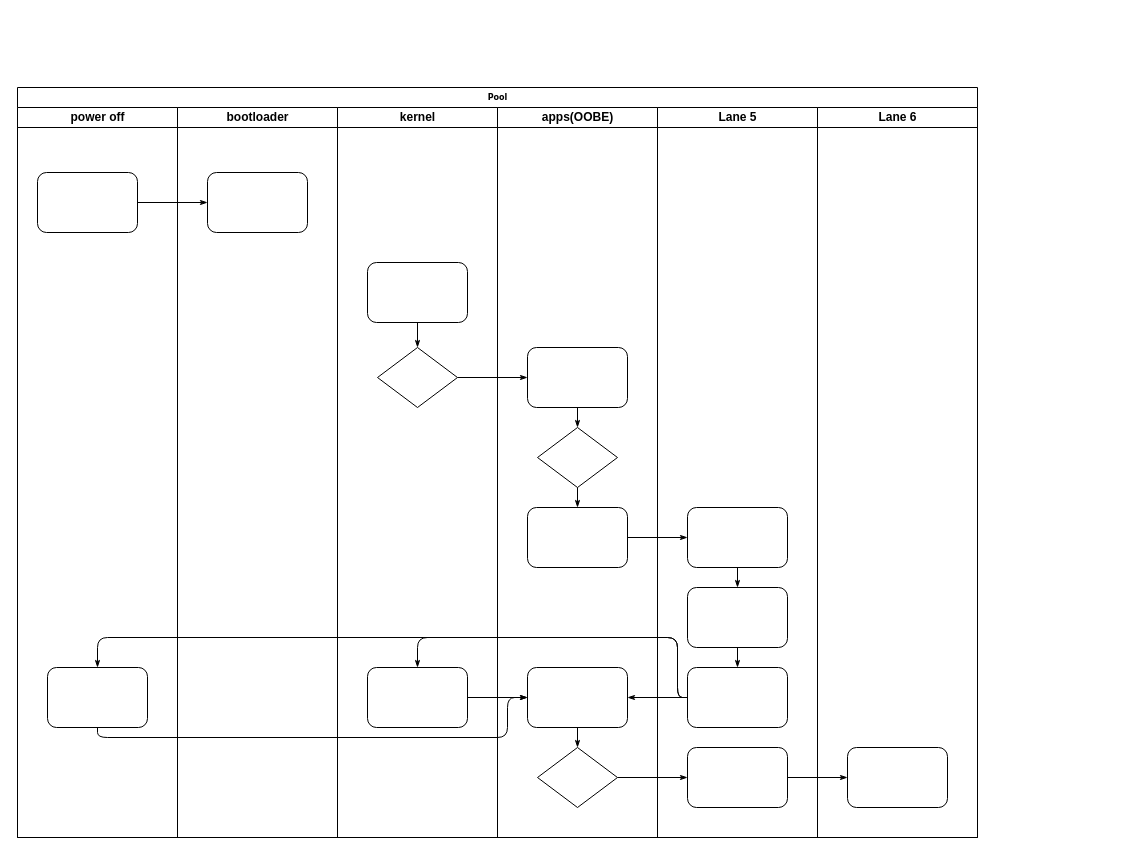
Before: low_power_detect.drawio in skyliangbogit/test, a draw.io diagram. Source tidied: cells renumbered, new cells numbered last; positions are measured from the earlier drawing's top-left corner, leaving out a move shared by most shapes. Both pictures are drawn from the tidied source at 100%, with x=0, y=0 at pixel (17, 87).
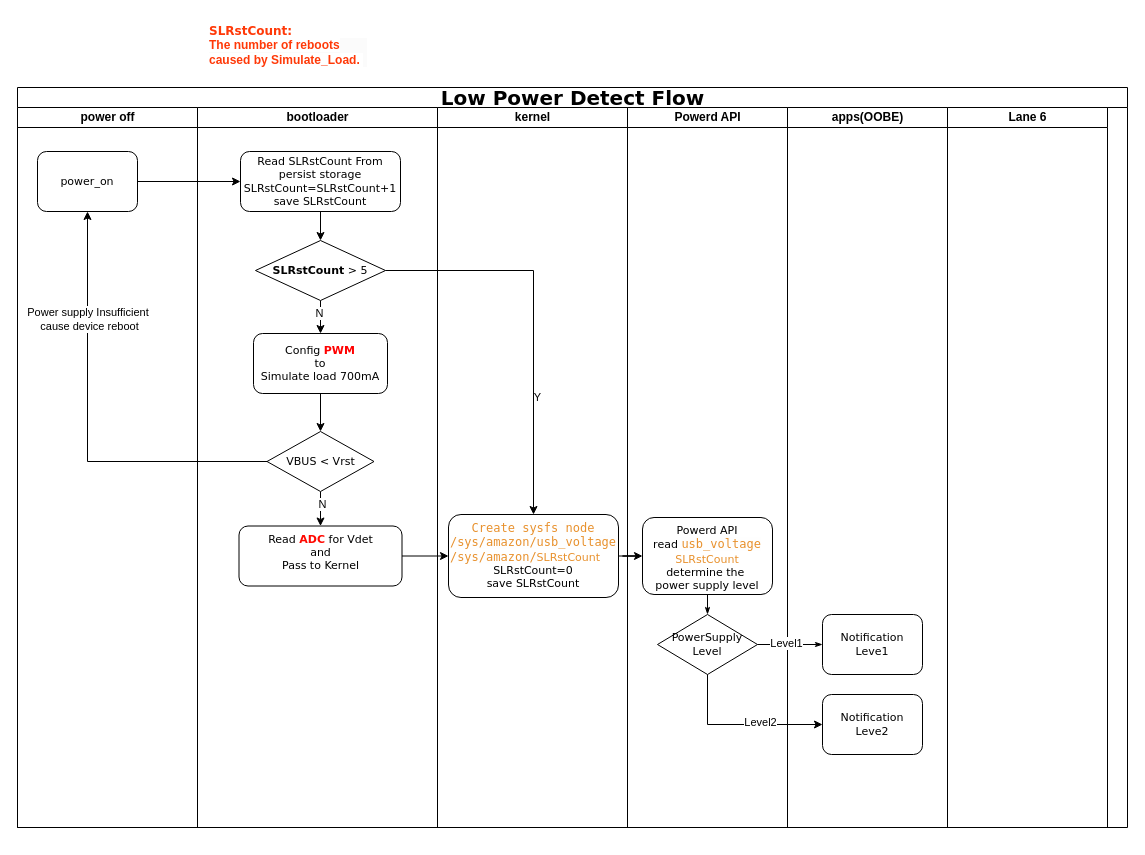
The same page after the edit.

Diff of the diagram source:
```diff
@@
-    <mxCell id="2" value="Pool" style="swimlane;html=1;startSize=20;rounded=0;shadow=0;labelBackgroundColor=none;strokeWidth=1;fontFamily=Verdana;fontSize=8;align=center;" parent="1" vertex="1">
-      <mxGeometry width="960" height="750" as="geometry" />
+    <mxCell id="2" value="&lt;font style=&quot;font-size: 20px;&quot;&gt;Low Power Detect Flow&lt;/font&gt;" style="swimlane;html=1;startSize=20;rounded=0;shadow=0;labelBackgroundColor=none;strokeWidth=1;fontFamily=Verdana;fontSize=8;align=center;" parent="1" vertex="1">
+      <mxGeometry width="1110" height="740" as="geometry" />
     </mxCell>
     <mxCell id="3" value="power off" style="swimlane;html=1;startSize=20;" parent="2" vertex="1">
-      <mxGeometry y="20" width="160" height="730" as="geometry" />
+      <mxGeometry y="20" width="180" height="720" as="geometry" />
     </mxCell>
-    <mxCell id="4" style="rounded=1;whiteSpace=wrap;html=1;shadow=0;labelBackgroundColor=none;strokeWidth=1;fontFamily=Verdana;fontSize=8;align=center;" parent="3" vertex="1">
-      <mxGeometry x="20" y="65" width="100" height="60" as="geometry" />
+    <mxCell id="4" value="power_on" style="rounded=1;whiteSpace=wrap;html=1;shadow=0;labelBackgroundColor=none;strokeWidth=1;fontFamily=Verdana;fontSize=11;align=center;" parent="3" vertex="1">
+      <mxGeometry x="20" y="44" width="100" height="60" as="geometry" />
     </mxCell>
-    <mxCell id="5" style="rounded=1;whiteSpace=wrap;html=1;shadow=0;labelBackgroundColor=none;strokeWidth=1;fontFamily=Verdana;fontSize=8;align=center;" parent="3" vertex="1">
-      <mxGeometry x="30" y="560" width="100" height="60" as="geometry" />
-    </mxCell>
-    <mxCell id="6" style="edgeStyle=orthogonalEdgeStyle;rounded=1;html=1;labelBackgroundColor=none;startArrow=none;startFill=0;startSize=5;endArrow=classicThin;endFill=1;endSize=5;jettySize=auto;strokeWidth=1;fontFamily=Verdana;fontSize=8;" parent="2" edge="1" source="4" target="17">
-      <mxGeometry relative="1" as="geometry" />
-    </mxCell>
-    <mxCell id="7" style="edgeStyle=orthogonalEdgeStyle;rounded=1;html=1;labelBackgroundColor=none;startArrow=none;startFill=0;startSize=5;endArrow=classicThin;endFill=1;endSize=5;jettySize=auto;strokeWidth=1;fontFamily=Verdana;fontSize=8;" parent="2" edge="1" source="20" target="24">
-      <mxGeometry relative="1" as="geometry" />
-    </mxCell>
-    <mxCell id="8" style="edgeStyle=orthogonalEdgeStyle;rounded=1;html=1;labelBackgroundColor=none;startArrow=none;startFill=0;startSize=5;endArrow=classicThin;endFill=1;endSize=5;jettySize=auto;strokeWidth=1;fontFamily=Verdana;fontSize=8;" parent="2" edge="1" source="28" target="36">
-      <mxGeometry relative="1" as="geometry" />
-    </mxCell>
-    <mxCell id="9" style="edgeStyle=orthogonalEdgeStyle;rounded=1;html=1;labelBackgroundColor=none;startArrow=none;startFill=0;startSize=5;endArrow=classicThin;endFill=1;endSize=5;jettySize=auto;strokeWidth=1;fontFamily=Verdana;fontSize=8;" parent="2" edge="1" source="36" target="40">
-      <mxGeometry relative="1" as="geometry" />
-    </mxCell>
-    <mxCell id="10" style="edgeStyle=orthogonalEdgeStyle;rounded=1;html=1;labelBackgroundColor=none;startArrow=none;startFill=0;startSize=5;endArrow=classicThin;endFill=1;endSize=5;jettySize=auto;strokeWidth=1;fontFamily=Verdana;fontSize=8;" parent="2" edge="1" source="26" target="33">
-      <mxGeometry relative="1" as="geometry" />
-    </mxCell>
-    <mxCell id="11" style="edgeStyle=orthogonalEdgeStyle;rounded=1;html=1;labelBackgroundColor=none;startArrow=none;startFill=0;startSize=5;endArrow=classicThin;endFill=1;endSize=5;jettySize=auto;strokeWidth=1;fontFamily=Verdana;fontSize=8;" parent="2" edge="1" source="35" target="21">
-      <mxGeometry relative="1" as="geometry">
-        <Array as="points">
-          <mxPoint x="660" y="610" />
-          <mxPoint x="660" y="550" />
-          <mxPoint x="400" y="550" />
-        </Array>
-      </mxGeometry>
-    </mxCell>
-    <mxCell id="12" style="edgeStyle=orthogonalEdgeStyle;rounded=1;html=1;labelBackgroundColor=none;startArrow=none;startFill=0;startSize=5;endArrow=classicThin;endFill=1;endSize=5;jettySize=auto;strokeColor=#000000;strokeWidth=1;fontFamily=Verdana;fontSize=8;fontColor=#000000;" parent="2" edge="1" source="35" target="27">
-      <mxGeometry relative="1" as="geometry" />
-    </mxCell>
-    <mxCell id="13" style="edgeStyle=orthogonalEdgeStyle;rounded=1;html=1;labelBackgroundColor=none;startArrow=none;startFill=0;startSize=5;endArrow=classicThin;endFill=1;endSize=5;jettySize=auto;strokeWidth=1;fontFamily=Verdana;fontSize=8;" parent="2" edge="1" source="35" target="5">
-      <mxGeometry relative="1" as="geometry">
-        <Array as="points">
-          <mxPoint x="660" y="610" />
-          <mxPoint x="660" y="550" />
-          <mxPoint x="80" y="550" />
-        </Array>
-      </mxGeometry>
-    </mxCell>
-    <mxCell id="14" style="edgeStyle=orthogonalEdgeStyle;rounded=1;html=1;labelBackgroundColor=none;startArrow=none;startFill=0;startSize=5;endArrow=classicThin;endFill=1;endSize=5;jettySize=auto;strokeWidth=1;fontFamily=Verdana;fontSize=8;" parent="2" edge="1" source="5" target="27">
-      <mxGeometry relative="1" as="geometry">
-        <Array as="points">
-          <mxPoint x="80" y="650" />
-          <mxPoint x="490" y="650" />
-          <mxPoint x="490" y="610" />
-        </Array>
-      </mxGeometry>
-    </mxCell>
-    <mxCell id="15" style="edgeStyle=orthogonalEdgeStyle;rounded=1;html=1;labelBackgroundColor=none;startArrow=none;startFill=0;startSize=5;endArrow=classicThin;endFill=1;endSize=5;jettySize=auto;strokeWidth=1;fontFamily=Verdana;fontSize=8;" parent="2" edge="1" source="21" target="27">
-      <mxGeometry relative="1" as="geometry" />
-    </mxCell>
     <mxCell id="16" value="bootloader" style="swimlane;html=1;startSize=20;" parent="2" vertex="1">
-      <mxGeometry x="160" y="20" width="160" height="730" as="geometry" />
+      <mxGeometry x="180" y="20" width="240" height="720" as="geometry" />
     </mxCell>
+    <mxCell id="41" style="edgeStyle=orthogonalEdgeStyle;rounded=0;jettySize=auto;html=1;" parent="16" edge="1" source="17" target="20">
+      <mxGeometry relative="1" as="geometry" />
+    </mxCell>
-    <mxCell id="17" style="rounded=1;whiteSpace=wrap;html=1;shadow=0;labelBackgroundColor=none;strokeWidth=1;fontFamily=Verdana;fontSize=8;align=center;" parent="16" vertex="1">
-      <mxGeometry x="30" y="65" width="100" height="60" as="geometry" />
+    <mxCell id="17" value="Config &lt;b&gt;&lt;font color=&quot;#ff0000&quot;&gt;PWM&lt;/font&gt;&lt;/b&gt;&lt;br&gt;to &lt;br&gt;Simulate load 700mA" style="rounded=1;whiteSpace=wrap;html=1;shadow=0;labelBackgroundColor=none;strokeWidth=1;fontFamily=Verdana;fontSize=11;align=center;" parent="16" vertex="1">
+      <mxGeometry x="56" y="226" width="134" height="60" as="geometry" />
     </mxCell>
+    <mxCell id="42" value="Read &lt;b&gt;&lt;font color=&quot;#ff0800&quot;&gt;ADC&lt;/font&gt;&lt;/b&gt; for Vdet&lt;div&gt;and&lt;/div&gt;&lt;div&gt;Pass to Kernel&lt;/div&gt;" style="rounded=1;whiteSpace=wrap;html=1;shadow=0;labelBackgroundColor=none;strokeWidth=1;fontFamily=Verdana;fontSize=11;align=center;verticalAlign=top;" parent="16" vertex="1">
+      <mxGeometry x="41.5" y="418.5" width="163" height="60" as="geometry" />
+    </mxCell>
+    <mxCell id="43" style="edgeStyle=orthogonalEdgeStyle;rounded=0;jettySize=auto;html=1;" parent="16" edge="1" source="20" target="42">
+      <mxGeometry relative="1" as="geometry" />
+    </mxCell>
+    <mxCell id="44" value="N" style="edgeLabel;html=1;align=center;verticalAlign=middle;" parent="43" vertex="1">
+      <mxGeometry x="-0.49" y="1" relative="1" as="geometry" />
+    </mxCell>
+    <mxCell id="20" value="&lt;span style=&quot;font-size: 11px;&quot;&gt;VBUS &amp;lt; Vrst&lt;/span&gt;" style="rhombus;whiteSpace=wrap;html=1;rounded=0;shadow=0;labelBackgroundColor=none;strokeWidth=1;fontFamily=Verdana;fontSize=8;align=center;" parent="16" vertex="1">
+      <mxGeometry x="69.5" y="324" width="107" height="60" as="geometry" />
+    </mxCell>
+    <mxCell id="45" style="edgeStyle=orthogonalEdgeStyle;rounded=0;jettySize=auto;html=1;" parent="16" edge="1" source="46" target="49">
+      <mxGeometry relative="1" as="geometry" />
+    </mxCell>
+    <mxCell id="46" value="Read SLRstCount From&lt;div&gt;persist storage&lt;/div&gt;&lt;div&gt;SLRstCount=&lt;span style=&quot;background-color: initial;&quot;&gt;SLRstCount+1&lt;/span&gt;&lt;/div&gt;&lt;div&gt;save&amp;nbsp;&lt;span style=&quot;background-color: initial;&quot;&gt;SLRstCount&lt;/span&gt;&lt;/div&gt;" style="rounded=1;whiteSpace=wrap;html=1;shadow=0;labelBackgroundColor=none;strokeWidth=1;fontFamily=Verdana;fontSize=11;align=center;" parent="16" vertex="1">
+      <mxGeometry x="43" y="44" width="160" height="60" as="geometry" />
+    </mxCell>
+    <mxCell id="47" style="edgeStyle=orthogonalEdgeStyle;rounded=0;jettySize=auto;html=1;" parent="16" edge="1" source="49" target="17">
+      <mxGeometry relative="1" as="geometry" />
+    </mxCell>
+    <mxCell id="48" value="N" style="edgeLabel;html=1;align=center;verticalAlign=middle;" parent="47" vertex="1">
+      <mxGeometry x="0.38" y="-2" relative="1" as="geometry">
+        <mxPoint y="-6" as="offset" />
+      </mxGeometry>
+    </mxCell>
+    <mxCell id="49" value="&lt;b style=&quot;font-size: 11px;&quot;&gt;SLRstCount&lt;/b&gt;&lt;span style=&quot;font-size: 11px;&quot;&gt;&amp;nbsp;&amp;gt; 5&lt;/span&gt;" style="rhombus;whiteSpace=wrap;html=1;rounded=0;shadow=0;labelBackgroundColor=none;strokeWidth=1;fontFamily=Verdana;fontSize=8;align=center;" parent="16" vertex="1">
+      <mxGeometry x="58" y="133" width="130" height="60" as="geometry" />
+    </mxCell>
     <mxCell id="18" value="kernel" style="swimlane;html=1;startSize=20;" parent="2" vertex="1">
-      <mxGeometry x="320" y="20" width="160" height="730" as="geometry" />
+      <mxGeometry x="420" y="20" width="190" height="720" as="geometry" />
     </mxCell>
-    <mxCell id="19" style="rounded=1;whiteSpace=wrap;html=1;shadow=0;labelBackgroundColor=none;strokeWidth=1;fontFamily=Verdana;fontSize=8;align=center;" parent="18" vertex="1">
-      <mxGeometry x="30" y="155" width="100" height="60" as="geometry" />
+    <mxCell id="19" value="&lt;span style=&quot;color: rgb(232, 145, 45); font-family: Monaco, Menlo, Consolas, &amp;quot;Courier New&amp;quot;, monospace; font-size: 12px; font-variant-ligatures: none; text-align: left; white-space-collapse: preserve; background-color: rgba(232, 232, 232, 0.04);&quot;&gt;Create sysfs node&lt;br&gt;/sys/amazon/usb_voltage&lt;/span&gt;&lt;div&gt;&lt;div style=&quot;text-align: left;&quot;&gt;&lt;span style=&quot;color: rgb(232, 145, 45); font-family: Monaco, Menlo, Consolas, &amp;quot;Courier New&amp;quot;, monospace; font-size: 12px; font-variant-ligatures: none; white-space-collapse: preserve; background-color: rgba(232, 232, 232, 0.04);&quot;&gt;/sys/amazon/&lt;/span&gt;&lt;span style=&quot;background-color: initial; text-align: center;&quot;&gt;&lt;font color=&quot;#e8912d&quot;&gt;SLRstCount&lt;/font&gt;&lt;/span&gt;&lt;/div&gt;&lt;div&gt;SLRstCount=0&lt;/div&gt;&lt;div&gt;save&amp;nbsp;&lt;span style=&quot;background-color: initial;&quot;&gt;SLRstCount&lt;/span&gt;&lt;/div&gt;&lt;/div&gt;" style="rounded=1;whiteSpace=wrap;html=1;shadow=0;labelBackgroundColor=none;strokeWidth=1;fontFamily=Verdana;fontSize=11;align=center;verticalAlign=top;" parent="18" vertex="1">
+      <mxGeometry x="11" y="407" width="170" height="83" as="geometry" />
     </mxCell>
-    <mxCell id="20" style="rhombus;whiteSpace=wrap;html=1;rounded=0;shadow=0;labelBackgroundColor=none;strokeWidth=1;fontFamily=Verdana;fontSize=8;align=center;" parent="18" vertex="1">
-      <mxGeometry x="40" y="240" width="80" height="60" as="geometry" />
-    </mxCell>
-    <mxCell id="21" style="rounded=1;whiteSpace=wrap;html=1;shadow=0;labelBackgroundColor=none;strokeWidth=1;fontFamily=Verdana;fontSize=8;align=center;" parent="18" vertex="1">
-      <mxGeometry x="30" y="560" width="100" height="60" as="geometry" />
-    </mxCell>
-    <mxCell id="22" style="edgeStyle=orthogonalEdgeStyle;rounded=1;html=1;labelBackgroundColor=none;startArrow=none;startFill=0;startSize=5;endArrow=classicThin;endFill=1;endSize=5;jettySize=auto;strokeWidth=1;fontFamily=Verdana;fontSize=8;" parent="18" edge="1" source="19" target="20">
-      <mxGeometry relative="1" as="geometry" />
-    </mxCell>
-    <mxCell id="23" value="apps(OOBE)" style="swimlane;html=1;startSize=20;" parent="2" vertex="1">
-      <mxGeometry x="480" y="20" width="160" height="730" as="geometry" />
+    <mxCell id="23" value="Powerd API" style="swimlane;html=1;startSize=20;" parent="2" vertex="1">
+      <mxGeometry x="610" y="20" width="160" height="720" as="geometry" />
     </mxCell>
-    <mxCell id="24" style="rounded=1;whiteSpace=wrap;html=1;shadow=0;labelBackgroundColor=none;strokeWidth=1;fontFamily=Verdana;fontSize=8;align=center;" parent="23" vertex="1">
-      <mxGeometry x="30" y="240" width="100" height="60" as="geometry" />
+    <mxCell id="24" value="Powerd API&lt;div&gt;read&amp;nbsp;&lt;span style=&quot;background-color: rgba(232, 232, 232, 0.04); color: rgb(232, 145, 45); font-family: Monaco, Menlo, Consolas, &amp;quot;Courier New&amp;quot;, monospace; font-size: 12px; font-variant-ligatures: none; text-align: left; white-space-collapse: preserve;&quot;&gt;usb_voltage&lt;/span&gt;&lt;/div&gt;&lt;div&gt;&lt;span style=&quot;color: rgb(232, 145, 45);&quot;&gt;SLRstCount&lt;/span&gt;&lt;span style=&quot;background-color: rgba(232, 232, 232, 0.04); color: rgb(232, 145, 45); font-family: Monaco, Menlo, Consolas, &amp;quot;Courier New&amp;quot;, monospace; font-size: 12px; font-variant-ligatures: none; text-align: left; white-space-collapse: preserve;&quot;&gt;&lt;/span&gt;&lt;/div&gt;&lt;div&gt;determine the&amp;nbsp;&lt;/div&gt;&lt;div&gt;power supply level&lt;/div&gt;" style="rounded=1;whiteSpace=wrap;html=1;shadow=0;labelBackgroundColor=none;strokeWidth=1;fontFamily=Verdana;fontSize=11;align=center;verticalAlign=top;" parent="23" vertex="1">
+      <mxGeometry x="15" y="410" width="130" height="77" as="geometry" />
     </mxCell>
-    <mxCell id="25" style="rhombus;whiteSpace=wrap;html=1;rounded=0;shadow=0;labelBackgroundColor=none;strokeWidth=1;fontFamily=Verdana;fontSize=8;align=center;" parent="23" vertex="1">
-      <mxGeometry x="40" y="320" width="80" height="60" as="geometry" />
+    <mxCell id="25" value="PowerSupply&lt;br&gt;Level" style="rhombus;whiteSpace=wrap;html=1;rounded=0;shadow=0;labelBackgroundColor=none;strokeWidth=1;fontFamily=Verdana;fontSize=11;align=center;" parent="23" vertex="1">
+      <mxGeometry x="30" y="507" width="100" height="60" as="geometry" />
     </mxCell>
-    <mxCell id="26" style="rounded=1;whiteSpace=wrap;html=1;shadow=0;labelBackgroundColor=none;strokeWidth=1;fontFamily=Verdana;fontSize=8;align=center;" parent="23" vertex="1">
-      <mxGeometry x="30" y="400" width="100" height="60" as="geometry" />
-    </mxCell>
-    <mxCell id="27" style="rounded=1;whiteSpace=wrap;html=1;shadow=0;labelBackgroundColor=none;strokeWidth=1;fontFamily=Verdana;fontSize=8;align=center;" parent="23" vertex="1">
-      <mxGeometry x="30" y="560" width="100" height="60" as="geometry" />
-    </mxCell>
-    <mxCell id="28" style="rhombus;whiteSpace=wrap;html=1;rounded=0;shadow=0;labelBackgroundColor=none;strokeWidth=1;fontFamily=Verdana;fontSize=8;align=center;" parent="23" vertex="1">
-      <mxGeometry x="40" y="640" width="80" height="60" as="geometry" />
-    </mxCell>
@@
-    <mxCell id="30" style="edgeStyle=orthogonalEdgeStyle;rounded=1;html=1;labelBackgroundColor=none;startArrow=none;startFill=0;startSize=5;endArrow=classicThin;endFill=1;endSize=5;jettySize=auto;strokeWidth=1;fontFamily=Verdana;fontSize=8;" parent="23" edge="1" source="25" target="26">
-      <mxGeometry relative="1" as="geometry" />
-    </mxCell>
-    <mxCell id="31" style="edgeStyle=orthogonalEdgeStyle;rounded=1;html=1;labelBackgroundColor=none;startArrow=none;startFill=0;startSize=5;endArrow=classicThin;endFill=1;endSize=5;jettySize=auto;strokeWidth=1;fontFamily=Verdana;fontSize=8;" parent="23" edge="1" source="27" target="28">
-      <mxGeometry relative="1" as="geometry" />
-    </mxCell>
-    <mxCell id="32" value="Lane 5" style="swimlane;html=1;startSize=20;" parent="2" vertex="1">
-      <mxGeometry x="640" y="20" width="160" height="730" as="geometry" />
+    <mxCell id="32" value="apps(OOBE)" style="swimlane;html=1;startSize=20;" parent="2" vertex="1">
+      <mxGeometry x="770" y="20" width="160" height="720" as="geometry" />
     </mxCell>
-    <mxCell id="33" style="rounded=1;whiteSpace=wrap;html=1;shadow=0;labelBackgroundColor=none;strokeWidth=1;fontFamily=Verdana;fontSize=8;align=center;" parent="32" vertex="1">
-      <mxGeometry x="30" y="400" width="100" height="60" as="geometry" />
+    <mxCell id="33" value="Notification Leve2" style="rounded=1;whiteSpace=wrap;html=1;shadow=0;labelBackgroundColor=none;strokeWidth=1;fontFamily=Verdana;fontSize=11;align=center;" parent="32" vertex="1">
+      <mxGeometry x="35" y="587" width="100" height="60" as="geometry" />
     </mxCell>
-    <mxCell id="34" style="rounded=1;whiteSpace=wrap;html=1;shadow=0;labelBackgroundColor=none;strokeWidth=1;fontFamily=Verdana;fontSize=8;align=center;" parent="32" vertex="1">
-      <mxGeometry x="30" y="480" width="100" height="60" as="geometry" />
-    </mxCell>
-    <mxCell id="35" style="rounded=1;whiteSpace=wrap;html=1;shadow=0;labelBackgroundColor=none;strokeWidth=1;fontFamily=Verdana;fontSize=8;align=center;" parent="32" vertex="1">
-      <mxGeometry x="30" y="560" width="100" height="60" as="geometry" />
-    </mxCell>
-    <mxCell id="36" style="rounded=1;whiteSpace=wrap;html=1;shadow=0;labelBackgroundColor=none;strokeWidth=1;fontFamily=Verdana;fontSize=8;align=center;" parent="32" vertex="1">
-      <mxGeometry x="30" y="640" width="100" height="60" as="geometry" />
-    </mxCell>
-    <mxCell id="37" style="edgeStyle=orthogonalEdgeStyle;rounded=1;html=1;labelBackgroundColor=none;startArrow=none;startFill=0;startSize=5;endArrow=classicThin;endFill=1;endSize=5;jettySize=auto;strokeWidth=1;fontFamily=Verdana;fontSize=8;" parent="32" edge="1" source="33" target="34">
-      <mxGeometry relative="1" as="geometry" />
-    </mxCell>
-    <mxCell id="38" style="edgeStyle=orthogonalEdgeStyle;rounded=1;html=1;labelBackgroundColor=none;startArrow=none;startFill=0;startSize=5;endArrow=classicThin;endFill=1;endSize=5;jettySize=auto;strokeWidth=1;fontFamily=Verdana;fontSize=8;" parent="32" edge="1" source="34" target="35">
-      <mxGeometry relative="1" as="geometry" />
-    </mxCell>
+    <mxCell id="26" value="Notification Leve1" style="rounded=1;whiteSpace=wrap;html=1;shadow=0;labelBackgroundColor=none;strokeWidth=1;fontFamily=Verdana;fontSize=11;align=center;" parent="32" vertex="1">
+      <mxGeometry x="35" y="507" width="100" height="60" as="geometry" />
+    </mxCell>
     <mxCell id="39" value="Lane 6" style="swimlane;html=1;startSize=20;" parent="2" vertex="1">
-      <mxGeometry x="800" y="20" width="160" height="730" as="geometry" />
+      <mxGeometry x="930" y="20" width="160" height="720" as="geometry" />
     </mxCell>
-    <mxCell id="40" style="rounded=1;whiteSpace=wrap;html=1;shadow=0;labelBackgroundColor=none;strokeWidth=1;fontFamily=Verdana;fontSize=8;align=center;" parent="39" vertex="1">
-      <mxGeometry x="30" y="640" width="100" height="60" as="geometry" />
-    </mxCell>
+    <mxCell id="50" style="edgeStyle=orthogonalEdgeStyle;rounded=0;jettySize=auto;html=1;entryX=0.5;entryY=1;entryDx=0;entryDy=0;exitX=0;exitY=0.5;exitDx=0;exitDy=0;" parent="2" edge="1" source="20" target="4">
+      <mxGeometry relative="1" as="geometry">
+        <Array as="points">
+          <mxPoint x="70" y="374" />
+        </Array>
+      </mxGeometry>
+    </mxCell>
+    <mxCell id="51" value="Power supply Insufficient&amp;nbsp;&lt;br&gt;cause device reboot" style="edgeLabel;html=1;align=center;verticalAlign=middle;" parent="50" vertex="1">
+      <mxGeometry x="0.5" y="-1" relative="1" as="geometry" />
+    </mxCell>
+    <mxCell id="52" style="edgeStyle=orthogonalEdgeStyle;rounded=0;jettySize=auto;html=1;" parent="2" edge="1" source="42" target="19">
+      <mxGeometry relative="1" as="geometry" />
+    </mxCell>
+    <mxCell id="53" style="edgeStyle=orthogonalEdgeStyle;rounded=0;jettySize=auto;html=1;" parent="2" edge="1" source="19" target="24">
+      <mxGeometry relative="1" as="geometry" />
+    </mxCell>
+    <mxCell id="30" style="edgeStyle=orthogonalEdgeStyle;rounded=1;html=1;labelBackgroundColor=none;startArrow=none;startFill=0;startSize=5;endArrow=classicThin;endFill=1;endSize=5;jettySize=auto;strokeWidth=1;fontFamily=Verdana;fontSize=8;" parent="2" edge="1" source="25" target="26">
+      <mxGeometry relative="1" as="geometry" />
+    </mxCell>
+    <mxCell id="54" value="Level1" style="edgeLabel;html=1;align=center;verticalAlign=middle;" parent="30" vertex="1">
+      <mxGeometry x="-0.13" y="2" relative="1" as="geometry" />
+    </mxCell>
+    <mxCell id="55" style="edgeStyle=orthogonalEdgeStyle;rounded=0;jettySize=auto;html=1;entryX=0;entryY=0.5;entryDx=0;entryDy=0;exitX=0.5;exitY=1;exitDx=0;exitDy=0;" parent="2" edge="1" source="25" target="33">
+      <mxGeometry relative="1" as="geometry" />
+    </mxCell>
+    <mxCell id="56" value="Level2" style="edgeLabel;html=1;align=center;verticalAlign=middle;" parent="55" vertex="1">
+      <mxGeometry x="0.24" y="3" relative="1" as="geometry" />
+    </mxCell>
+    <mxCell id="57" style="edgeStyle=orthogonalEdgeStyle;rounded=0;jettySize=auto;html=1;" parent="2" edge="1" source="49" target="19">
+      <mxGeometry relative="1" as="geometry" />
+    </mxCell>
+    <mxCell id="58" value="Y" style="edgeLabel;html=1;align=center;verticalAlign=middle;" parent="57" vertex="1">
+      <mxGeometry x="0.4" y="3" relative="1" as="geometry" />
+    </mxCell>
+    <mxCell id="59" style="edgeStyle=orthogonalEdgeStyle;rounded=0;jettySize=auto;html=1;" parent="2" edge="1" source="4" target="46">
+      <mxGeometry relative="1" as="geometry" />
+    </mxCell>
+    <mxCell id="60" value="&lt;b&gt;&lt;font color=&quot;#ff3908&quot;&gt;&lt;span style=&quot;font-family: Verdana;&quot;&gt;SLRstCount:&lt;/span&gt;&lt;br style=&quot;forced-color-adjust: none; font-family: Verdana; font-style: normal; font-variant-ligatures: normal; font-variant-caps: normal; letter-spacing: normal; orphans: 2; text-indent: 0px; text-transform: none; widows: 2; word-spacing: 0px; -webkit-text-stroke-width: 0px; white-space: normal; background-color: rgb(251, 251, 251); text-decoration-thickness: initial; text-decoration-style: initial; text-decoration-color: initial;&quot;&gt;&lt;/font&gt;&lt;/b&gt;&lt;div style=&quot;forced-color-adjust: none; font-family: Verdana; font-style: normal; font-variant-ligatures: normal; font-variant-caps: normal; letter-spacing: normal; orphans: 2; text-indent: 0px; text-transform: none; widows: 2; word-spacing: 0px; -webkit-text-stroke-width: 0px; white-space: normal; background-color: rgb(251, 251, 251); text-decoration-thickness: initial; text-decoration-style: initial; text-decoration-color: initial;&quot;&gt;&lt;span style=&quot;font-family: &amp;quot;Amazon Ember&amp;quot;, &amp;quot;Amazon Ember Arabic&amp;quot;, Arial, sans-serif; background-color: rgb(255, 255, 255);&quot;&gt;&lt;b style=&quot;&quot;&gt;&lt;font color=&quot;#ff3908&quot;&gt;The number of reboots caused by Simulate_Load.&amp;nbsp;&lt;/font&gt;&lt;/b&gt;&lt;/span&gt;&lt;/div&gt;" style="text;whiteSpace=wrap;html=1;align=left;" parent="1" vertex="1">
+      <mxGeometry x="190" y="-70" width="160" height="60" as="geometry" />
+    </mxCell>
```
